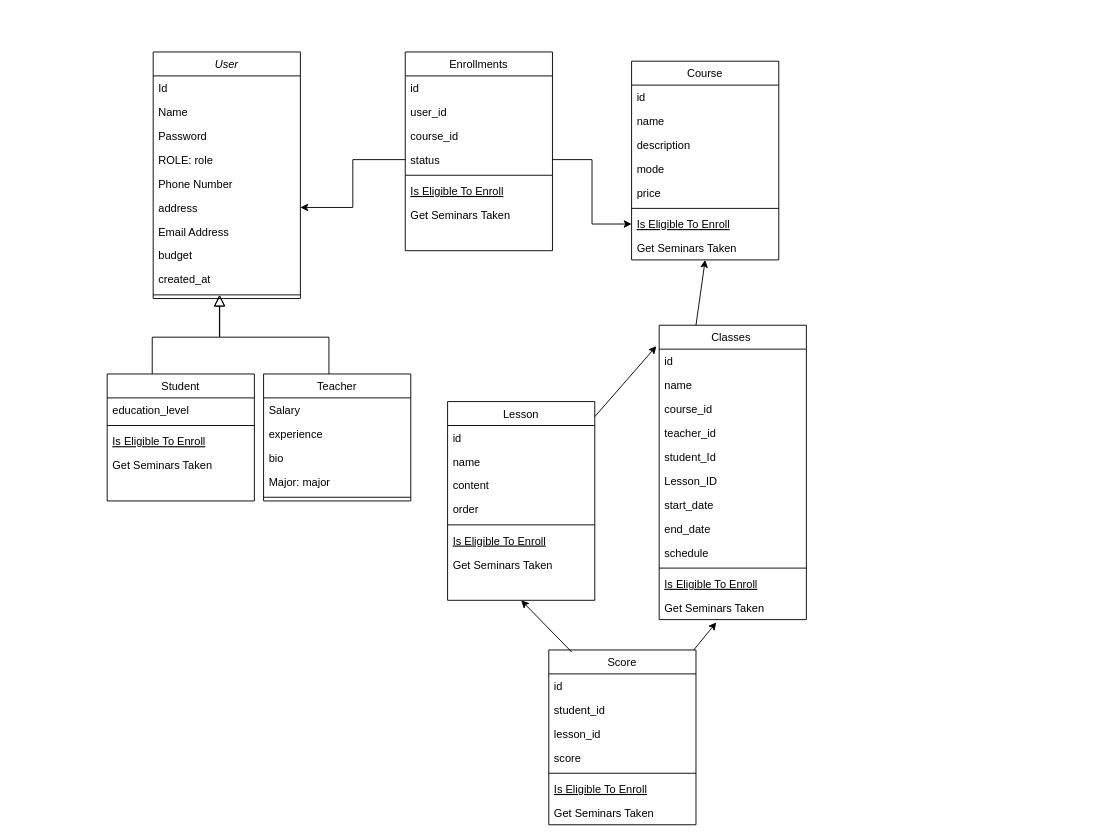
This is ManageTech/Biểu đồ không có tiêu đề.drawio from HieuNguyen06nd/JAVA-CORE---30, a draw.io file, before an edit. Source tidied: cells renumbered, new cells numbered last; positions are measured from the earlier drawing's top-left corner, leaving out a move shared by most shapes. Both pictures are drawn from the tidied source at 92%, with x=0, y=0 at pixel (107, 52).
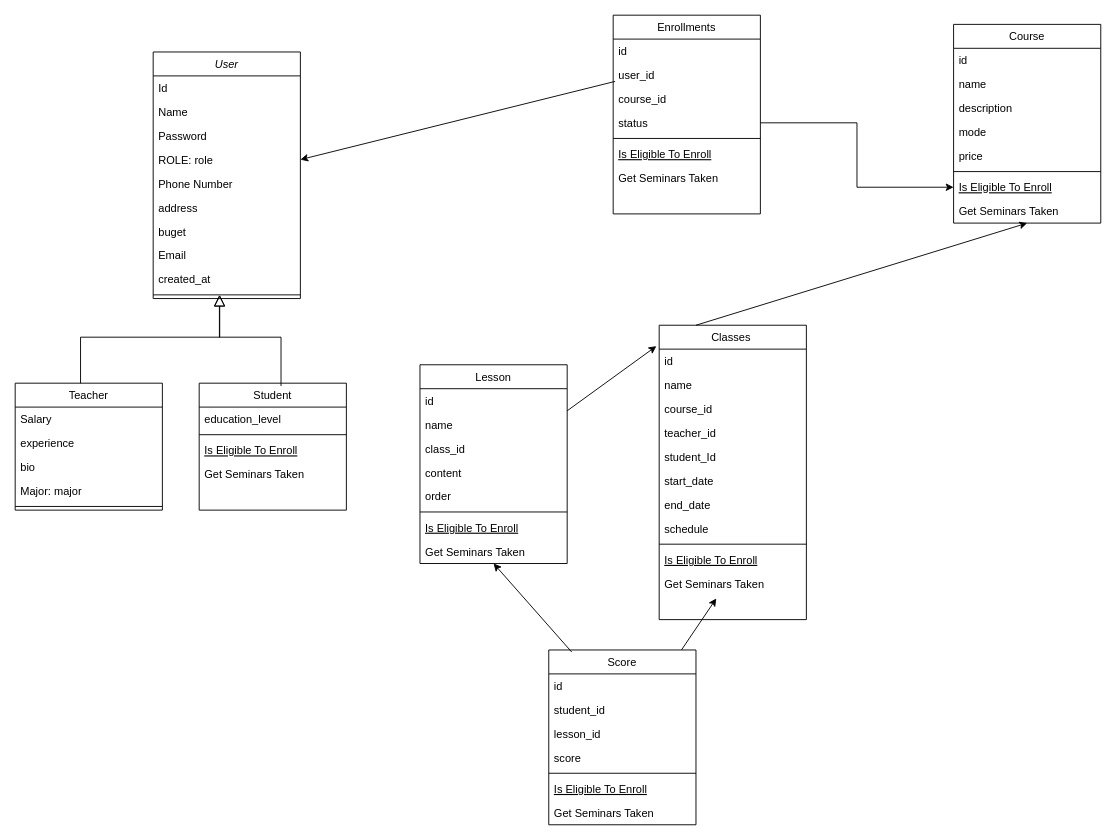
The same diagram, later.

Commit message:
Cập nhật Biểu đồ không có tiêu đề.drawio

Unchanged cells that the change refers to:
```xml
<mxCell id="2" value="User" style="swimlane;fontStyle=2;align=center;verticalAlign=top;horizontal=1;startSize=26;rounded=0;shadow=0;strokeWidth=1;" parent="1" vertex="1">
  <mxGeometry x="50" width="160" height="268" as="geometry" />
</mxCell>
<mxCell id="6" value="ROLE: role" style="text;align=left;verticalAlign=top;spacingLeft=4;spacingRight=4;overflow=hidden;points=[[0,0.5],[1,0.5]];portConstraint=eastwest;" parent="2" vertex="1">
  <mxGeometry y="104" width="160" height="26" as="geometry" />
</mxCell>
<mxCell id="8" value="address" style="text;align=left;verticalAlign=top;spacingLeft=4;spacingRight=4;overflow=hidden;points=[[0,0.5],[1,0.5]];portConstraint=eastwest;rounded=0;shadow=0;html=0;" parent="2" vertex="1">
  <mxGeometry y="156" width="160" height="26" as="geometry" />
</mxCell>
<mxCell id="12" style="line;html=1;strokeWidth=1;align=left;verticalAlign=middle;spacingTop=-1;spacingLeft=3;spacingRight=3;labelPosition=right;points=[];portConstraint=eastwest;" parent="2" vertex="1">
  <mxGeometry y="260" width="160" height="8" as="geometry" />
</mxCell>
<mxCell id="35" value="Classes " style="swimlane;fontStyle=0;align=center;verticalAlign=top;horizontal=1;startSize=26;rounded=0;shadow=0;strokeWidth=1;" parent="1" vertex="1">
  <mxGeometry x="600" y="297" width="160" height="320" as="geometry" />
</mxCell>
<mxCell id="70" value="user_id" style="text;align=left;verticalAlign=top;spacingLeft=4;spacingRight=4;overflow=hidden;points=[[0,0.5],[1,0.5]];portConstraint=eastwest;" parent="68" vertex="1">
  <mxGeometry y="52" width="160" height="26" as="geometry" />
</mxCell>
<mxCell id="72" value="status" style="text;align=left;verticalAlign=top;spacingLeft=4;spacingRight=4;overflow=hidden;points=[[0,0.5],[1,0.5]];portConstraint=eastwest;" parent="68" vertex="1">
  <mxGeometry y="104" width="160" height="26" as="geometry" />
</mxCell>
```

The edit, as a diff of the source:
```diff
@@
+    <mxCell id="78" value="buget" style="text;align=left;verticalAlign=top;spacingLeft=4;spacingRight=4;overflow=hidden;rounded=0;shadow=0;html=0;" parent="2" vertex="1">
+      <mxGeometry y="182" width="160" height="26" as="geometry" />
+    </mxCell>
-    <mxCell id="9" value="Email Address" style="text;align=left;verticalAlign=top;spacingLeft=4;spacingRight=4;overflow=hidden;rounded=0;shadow=0;html=0;" parent="2" vertex="1">
-      <mxGeometry y="182" width="160" height="26" as="geometry" />
+    <mxCell id="9" value="Email " style="text;align=left;verticalAlign=top;spacingLeft=4;spacingRight=4;overflow=hidden;rounded=0;shadow=0;html=0;" parent="2" vertex="1">
+      <mxGeometry y="208" width="160" height="26" as="geometry" />
     </mxCell>
-    <mxCell id="10" value="budget" style="text;align=left;verticalAlign=top;spacingLeft=4;spacingRight=4;overflow=hidden;rounded=0;shadow=0;html=0;" parent="2" vertex="1">
-      <mxGeometry y="208" width="160" height="26" as="geometry" />
-    </mxCell>
@@
     <mxCell id="13" value="Student" style="swimlane;fontStyle=0;align=center;verticalAlign=top;horizontal=1;startSize=26;rounded=0;shadow=0;strokeWidth=1;" parent="1" vertex="1">
-      <mxGeometry y="350" width="160" height="138" as="geometry" />
+      <mxGeometry x="100" y="360" width="160" height="138" as="geometry" />
     </mxCell>
@@
-    <mxCell id="19" style="endArrow=block;endSize=10;endFill=0;shadow=0;strokeWidth=1;rounded=0;curved=0;edgeStyle=elbowEdgeStyle;elbow=vertical;entryX=0.45;entryY=0.5;entryDx=0;entryDy=0;entryPerimeter=0;exitX=0.306;exitY=0;exitDx=0;exitDy=0;exitPerimeter=0;" parent="1" edge="1" source="13" target="12">
+    <mxCell id="19" style="endArrow=block;endSize=10;endFill=0;shadow=0;strokeWidth=1;rounded=0;curved=0;edgeStyle=elbowEdgeStyle;elbow=vertical;entryX=0.45;entryY=0.5;entryDx=0;entryDy=0;entryPerimeter=0;exitX=0.556;exitY=0.022;exitDx=0;exitDy=0;exitPerimeter=0;" parent="1" edge="1" source="13" target="12">
       <mxGeometry relative="1" as="geometry">
         <Array as="points">
           <mxPoint x="100" y="310" />
         </Array>
       </mxGeometry>
     </mxCell>
     <mxCell id="20" value="Teacher" style="swimlane;fontStyle=0;align=center;verticalAlign=top;horizontal=1;startSize=26;rounded=0;shadow=0;strokeWidth=1;" parent="1" vertex="1">
-      <mxGeometry x="170" y="350" width="160" height="138" as="geometry" />
+      <mxGeometry x="-100" y="360" width="160" height="138" as="geometry" />
     </mxCell>
@@
     <mxCell id="26" value="Course" style="swimlane;fontStyle=0;align=center;verticalAlign=top;horizontal=1;startSize=26;rounded=0;shadow=0;strokeWidth=1;" parent="1" vertex="1">
-      <mxGeometry x="570" y="10" width="160" height="216" as="geometry" />
+      <mxGeometry x="920" y="-30" width="160" height="216" as="geometry" />
     </mxCell>
@@
-    <mxCell id="41" value="Lesson_ID&#10;" style="text;align=left;verticalAlign=top;spacingLeft=4;spacingRight=4;overflow=hidden;" parent="35" vertex="1">
-      <mxGeometry y="156" width="160" height="26" as="geometry" />
-    </mxCell>
     <mxCell id="42" value="start_date" style="text;align=left;verticalAlign=top;spacingLeft=4;spacingRight=4;overflow=hidden;" parent="35" vertex="1">
-      <mxGeometry y="182" width="160" height="26" as="geometry" />
+      <mxGeometry y="156" width="160" height="26" as="geometry" />
     </mxCell>
     <mxCell id="43" value="end_date" style="text;align=left;verticalAlign=top;spacingLeft=4;spacingRight=4;overflow=hidden;" parent="35" vertex="1">
-      <mxGeometry y="208" width="160" height="26" as="geometry" />
+      <mxGeometry y="182" width="160" height="26" as="geometry" />
     </mxCell>
     <mxCell id="44" value="schedule" style="text;align=left;verticalAlign=top;spacingLeft=4;spacingRight=4;overflow=hidden;" parent="35" vertex="1">
-      <mxGeometry y="234" width="160" height="26" as="geometry" />
+      <mxGeometry y="208" width="160" height="26" as="geometry" />
     </mxCell>
     <mxCell id="45" style="line;html=1;strokeWidth=1;align=left;verticalAlign=middle;spacingTop=-1;spacingLeft=3;spacingRight=3;labelPosition=right;" parent="35" vertex="1">
-      <mxGeometry y="260" width="160" height="8" as="geometry" />
+      <mxGeometry y="234" width="160" height="8" as="geometry" />
     </mxCell>
     <mxCell id="46" value="Is Eligible To Enroll" style="text;align=left;verticalAlign=top;spacingLeft=4;spacingRight=4;overflow=hidden;fontStyle=4;" parent="35" vertex="1">
-      <mxGeometry y="268" width="160" height="26" as="geometry" />
+      <mxGeometry y="242" width="160" height="26" as="geometry" />
     </mxCell>
     <mxCell id="47" value="Get Seminars Taken" style="text;align=left;verticalAlign=top;spacingLeft=4;spacingRight=4;overflow=hidden;points=[[0,0.5],[1,0.5]];portConstraint=eastwest;" parent="35" vertex="1">
-      <mxGeometry y="294" width="160" height="26" as="geometry" />
+      <mxGeometry y="268" width="160" height="26" as="geometry" />
     </mxCell>
     <mxCell id="48" value="Lesson" style="swimlane;fontStyle=0;align=center;verticalAlign=top;horizontal=1;startSize=26;rounded=0;shadow=0;strokeWidth=1;" parent="1" vertex="1">
-      <mxGeometry x="370" y="380" width="160" height="216" as="geometry" />
+      <mxGeometry x="340" y="340" width="160" height="216" as="geometry" />
     </mxCell>
@@
+    <mxCell id="79" value="class_id" style="text;align=left;verticalAlign=top;spacingLeft=4;spacingRight=4;overflow=hidden;" parent="48" vertex="1">
+      <mxGeometry y="78" width="160" height="26" as="geometry" />
+    </mxCell>
     <mxCell id="51" value="content" style="text;align=left;verticalAlign=top;spacingLeft=4;spacingRight=4;overflow=hidden;" parent="48" vertex="1">
-      <mxGeometry y="78" width="160" height="26" as="geometry" />
+      <mxGeometry y="104" width="160" height="26" as="geometry" />
     </mxCell>
     <mxCell id="52" value="order" style="text;align=left;verticalAlign=top;spacingLeft=4;spacingRight=4;overflow=hidden;" parent="48" vertex="1">
-      <mxGeometry y="104" width="160" height="26" as="geometry" />
+      <mxGeometry y="130" width="160" height="26" as="geometry" />
     </mxCell>
     <mxCell id="53" style="line;html=1;strokeWidth=1;align=left;verticalAlign=middle;spacingTop=-1;spacingLeft=3;spacingRight=3;labelPosition=right;" parent="48" vertex="1">
-      <mxGeometry y="130" width="160" height="8" as="geometry" />
+      <mxGeometry y="156" width="160" height="8" as="geometry" />
     </mxCell>
     <mxCell id="54" value="Is Eligible To Enroll" style="text;align=left;verticalAlign=top;spacingLeft=4;spacingRight=4;overflow=hidden;fontStyle=4;" parent="48" vertex="1">
-      <mxGeometry y="138" width="160" height="26" as="geometry" />
+      <mxGeometry y="164" width="160" height="26" as="geometry" />
     </mxCell>
     <mxCell id="55" value="Get Seminars Taken" style="text;align=left;verticalAlign=top;spacingLeft=4;spacingRight=4;overflow=hidden;" parent="48" vertex="1">
-      <mxGeometry y="164" width="160" height="26" as="geometry" />
+      <mxGeometry y="190" width="160" height="26" as="geometry" />
     </mxCell>
@@
     <mxCell id="68" value="Enrollments" style="swimlane;fontStyle=0;align=center;verticalAlign=top;horizontal=1;startSize=26;rounded=0;shadow=0;strokeWidth=1;" parent="1" vertex="1">
-      <mxGeometry x="324" width="160" height="216" as="geometry" />
+      <mxGeometry x="550" y="-40" width="160" height="216" as="geometry" />
     </mxCell>
@@
-    <mxCell id="77" style="edgeStyle=orthogonalEdgeStyle;rounded=0;jettySize=auto;html=1;" parent="1" edge="1" source="72" target="8">
-      <mxGeometry relative="1" as="geometry" />
-    </mxCell>
+    <mxCell id="80" style="endArrow=classic;html=1;rounded=0;entryX=1;entryY=0.5;entryDx=0;entryDy=0;exitX=0.013;exitY=0.769;exitDx=0;exitDy=0;exitPerimeter=0;" parent="1" edge="1" source="70" target="6">
+      <mxGeometry relative="1" as="geometry" />
+    </mxCell>
```
